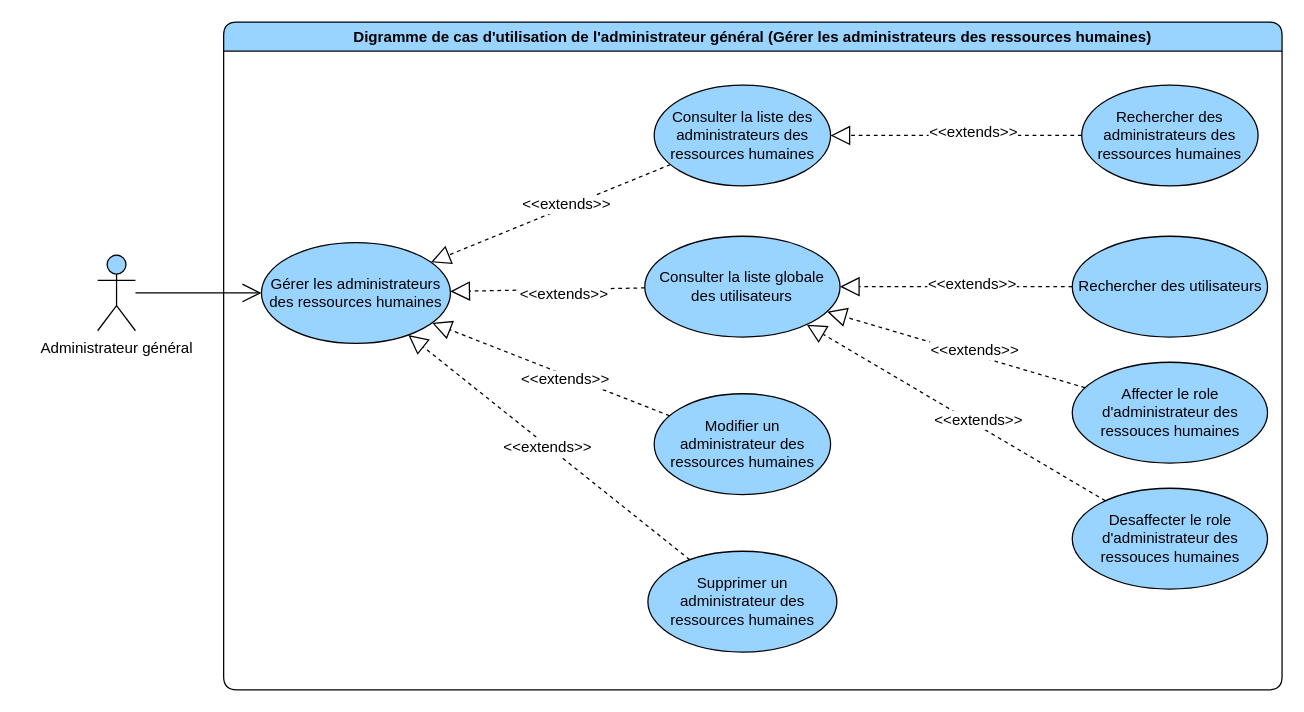
Before: page "gerer les administrateurs des ressources humaines" (4 of 6) of diagrams/use-case/administrateur-general.drawio in devlotfi/peage-pay, a draw.io diagram. Source tidied: cells renumbered, new cells numbered last; positions are measured from the earlier drawing's top-left corner, leaving out a move shared by most shapes. Both pictures are drawn from the tidied source at 126%, with x=0, y=0 at pixel (97, 21).
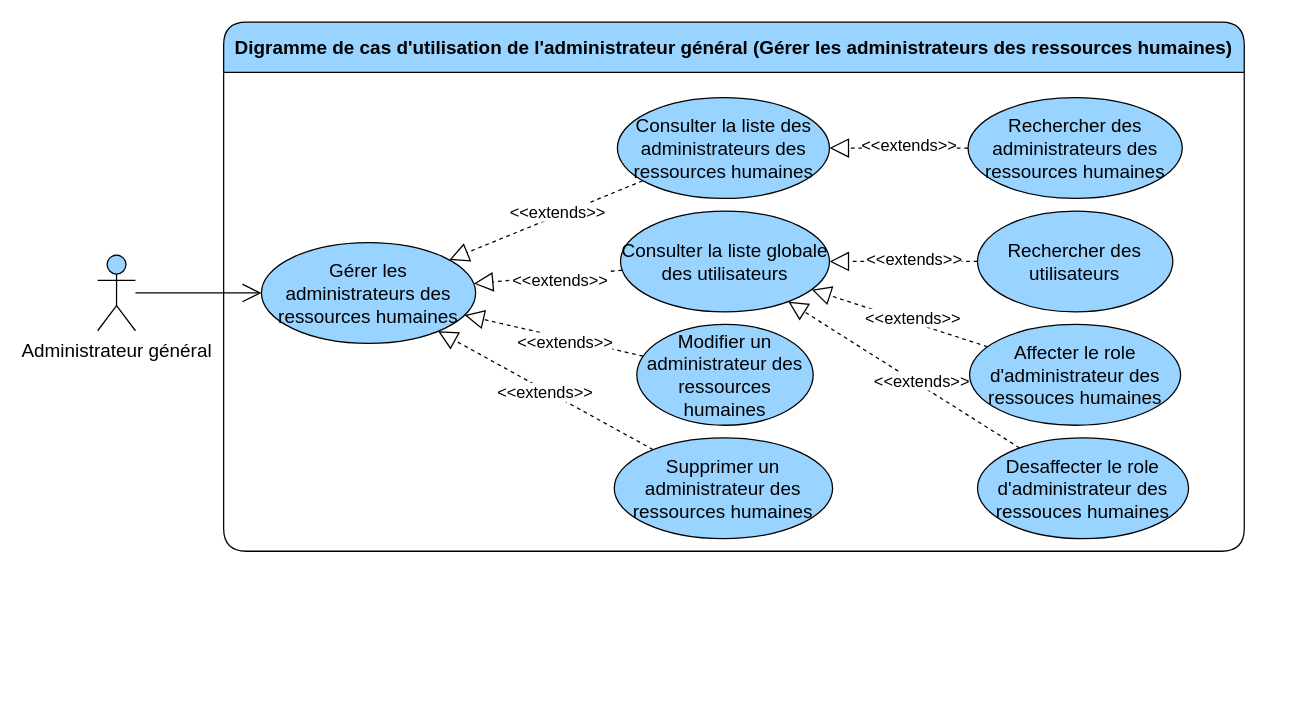
After the change.

Change to the diagram source:
```diff
@@
-    <mxCell id="2" value="Digramme de cas d'utilisation de l'administrateur général (Gérer les administrateurs des ressources humaines)" style="swimlane;whiteSpace=wrap;html=1;rounded=1;fillColor=#99D3FF;" parent="1" vertex="1">
-      <mxGeometry x="100" width="840" height="530" as="geometry" />
+    <mxCell id="2" value="Digramme de cas d'utilisation de l'administrateur général (Gérer les administrateurs des ressources humaines)" style="swimlane;whiteSpace=wrap;html=1;rounded=1;fillColor=#99D3FF;fontSize=15;startSize=40;" parent="1" vertex="1">
+      <mxGeometry x="100" width="810" height="420" as="geometry" />
     </mxCell>
-    <mxCell id="3" value="Gérer les administrateurs des ressources humaines" style="ellipse;whiteSpace=wrap;html=1;strokeColor=default;align=center;verticalAlign=middle;fontFamily=Helvetica;fontSize=12;fontColor=default;fillColor=#99D3FF;" parent="2" vertex="1">
-      <mxGeometry x="30" y="175" width="150" height="80" as="geometry" />
+    <mxCell id="3" value="Gérer les administrateurs des ressources humaines" style="ellipse;whiteSpace=wrap;html=1;strokeColor=default;align=center;verticalAlign=middle;fontFamily=Helvetica;fontSize=15;fontColor=default;fillColor=#99D3FF;" parent="2" vertex="1">
+      <mxGeometry x="30" y="175" width="170" height="80" as="geometry" />
     </mxCell>
-    <mxCell id="4" style="edgeStyle=none;rounded=0;jettySize=auto;html=1;dashed=1;strokeColor=default;align=center;verticalAlign=middle;fontFamily=Helvetica;fontSize=12;fontColor=default;labelBackgroundColor=default;startSize=6;endArrow=block;endFill=0;endSize=13;" parent="2" edge="1" source="6" target="3">
+    <mxCell id="4" style="edgeStyle=none;rounded=0;jettySize=auto;html=1;dashed=1;strokeColor=default;align=center;verticalAlign=middle;fontFamily=Helvetica;fontSize=15;fontColor=default;labelBackgroundColor=default;startSize=6;endArrow=block;endFill=0;endSize=13;" parent="2" edge="1" source="6" target="3">
       <mxGeometry relative="1" as="geometry" />
     </mxCell>
-    <mxCell id="5" value="&amp;lt;&amp;lt;extends&amp;gt;&amp;gt;" style="edgeLabel;html=1;align=center;verticalAlign=middle;strokeColor=default;fontFamily=Helvetica;fontSize=12;fontColor=default;labelBackgroundColor=default;fillColor=#99D3FF;" parent="4" vertex="1">
+    <mxCell id="5" value="&amp;lt;&amp;lt;extends&amp;gt;&amp;gt;" style="edgeLabel;html=1;align=center;verticalAlign=middle;strokeColor=default;fontFamily=Helvetica;fontSize=13;fontColor=default;labelBackgroundColor=default;fillColor=#99D3FF;" parent="4" vertex="1">
       <mxGeometry x="-0.16" y="3" relative="1" as="geometry" />
     </mxCell>
-    <mxCell id="6" value="Consulter la liste globale des utilisateurs" style="ellipse;whiteSpace=wrap;html=1;strokeColor=default;align=center;verticalAlign=middle;fontFamily=Helvetica;fontSize=12;fontColor=default;fillColor=#99D3FF;" parent="2" vertex="1">
-      <mxGeometry x="334.2" y="170" width="155" height="80" as="geometry" />
+    <mxCell id="6" value="Consulter la liste globale des utilisateurs" style="ellipse;whiteSpace=wrap;html=1;strokeColor=default;align=center;verticalAlign=middle;fontFamily=Helvetica;fontSize=15;fontColor=default;fillColor=#99D3FF;" parent="2" vertex="1">
+      <mxGeometry x="315" y="150" width="165.8" height="80" as="geometry" />
     </mxCell>
-    <mxCell id="7" style="edgeStyle=none;rounded=0;jettySize=auto;html=1;dashed=1;strokeColor=default;align=center;verticalAlign=middle;fontFamily=Helvetica;fontSize=12;fontColor=default;labelBackgroundColor=default;startSize=6;endArrow=block;endFill=0;endSize=13;" parent="2" edge="1" source="9" target="3">
+    <mxCell id="7" style="edgeStyle=none;rounded=0;jettySize=auto;html=1;dashed=1;strokeColor=default;align=center;verticalAlign=middle;fontFamily=Helvetica;fontSize=15;fontColor=default;labelBackgroundColor=default;startSize=6;endArrow=block;endFill=0;endSize=13;" parent="2" edge="1" source="9" target="3">
       <mxGeometry relative="1" as="geometry" />
     </mxCell>
-    <mxCell id="8" value="&amp;lt;&amp;lt;extends&amp;gt;&amp;gt;" style="edgeLabel;html=1;align=center;verticalAlign=middle;strokeColor=default;fontFamily=Helvetica;fontSize=12;fontColor=default;labelBackgroundColor=default;fillColor=#99D3FF;" parent="7" vertex="1">
+    <mxCell id="8" value="&amp;lt;&amp;lt;extends&amp;gt;&amp;gt;" style="edgeLabel;html=1;align=center;verticalAlign=middle;strokeColor=default;fontFamily=Helvetica;fontSize=13;fontColor=default;labelBackgroundColor=default;fillColor=#99D3FF;" parent="7" vertex="1">
       <mxGeometry x="-0.13" y="3" relative="1" as="geometry" />
     </mxCell>
-    <mxCell id="9" value="Modifier un administrateur des ressources humaines" style="ellipse;whiteSpace=wrap;html=1;strokeColor=default;align=center;verticalAlign=middle;fontFamily=Helvetica;fontSize=12;fontColor=default;fillColor=#99D3FF;" parent="2" vertex="1">
-      <mxGeometry x="341.7" y="295" width="140" height="80" as="geometry" />
+    <mxCell id="9" value="Modifier un administrateur des ressources humaines" style="ellipse;whiteSpace=wrap;html=1;strokeColor=default;align=center;verticalAlign=middle;fontFamily=Helvetica;fontSize=15;fontColor=default;fillColor=#99D3FF;" parent="2" vertex="1">
+      <mxGeometry x="327.9" y="240" width="140" height="80" as="geometry" />
     </mxCell>
-    <mxCell id="10" style="edgeStyle=none;rounded=0;jettySize=auto;html=1;dashed=1;strokeColor=default;align=center;verticalAlign=middle;fontFamily=Helvetica;fontSize=12;fontColor=default;labelBackgroundColor=default;startSize=6;endArrow=block;endFill=0;endSize=13;" parent="2" edge="1" source="12" target="3">
+    <mxCell id="10" style="edgeStyle=none;rounded=0;jettySize=auto;html=1;dashed=1;strokeColor=default;align=center;verticalAlign=middle;fontFamily=Helvetica;fontSize=15;fontColor=default;labelBackgroundColor=default;startSize=6;endArrow=block;endFill=0;endSize=13;" parent="2" edge="1" source="12" target="3">
       <mxGeometry relative="1" as="geometry" />
     </mxCell>
-    <mxCell id="11" value="&amp;lt;&amp;lt;extends&amp;gt;&amp;gt;" style="edgeLabel;html=1;align=center;verticalAlign=middle;strokeColor=default;fontFamily=Helvetica;fontSize=12;fontColor=default;labelBackgroundColor=default;fillColor=#99D3FF;" parent="10" vertex="1">
+    <mxCell id="11" value="&amp;lt;&amp;lt;extends&amp;gt;&amp;gt;" style="edgeLabel;html=1;align=center;verticalAlign=middle;strokeColor=default;fontFamily=Helvetica;fontSize=13;fontColor=default;labelBackgroundColor=default;fillColor=#99D3FF;" parent="10" vertex="1">
       <mxGeometry x="0.01" y="1" relative="1" as="geometry" />
     </mxCell>
-    <mxCell id="12" value="Supprimer un administrateur des ressources humaines" style="ellipse;whiteSpace=wrap;html=1;strokeColor=default;align=center;verticalAlign=middle;fontFamily=Helvetica;fontSize=12;fontColor=default;fillColor=#99D3FF;" parent="2" vertex="1">
-      <mxGeometry x="336.7" y="420" width="150" height="80" as="geometry" />
+    <mxCell id="12" value="Supprimer un administrateur des ressources humaines" style="ellipse;whiteSpace=wrap;html=1;strokeColor=default;align=center;verticalAlign=middle;fontFamily=Helvetica;fontSize=15;fontColor=default;fillColor=#99D3FF;" parent="2" vertex="1">
+      <mxGeometry x="310" y="330" width="173.3" height="80" as="geometry" />
     </mxCell>
-    <mxCell id="13" style="edgeStyle=none;rounded=0;jettySize=auto;html=1;dashed=1;strokeColor=default;align=center;verticalAlign=middle;fontFamily=Helvetica;fontSize=12;fontColor=default;labelBackgroundColor=default;startSize=6;endArrow=block;endFill=0;endSize=13;" parent="2" edge="1" source="15" target="3">
+    <mxCell id="13" style="edgeStyle=none;rounded=0;jettySize=auto;html=1;dashed=1;strokeColor=default;align=center;verticalAlign=middle;fontFamily=Helvetica;fontSize=15;fontColor=default;labelBackgroundColor=default;startSize=6;endArrow=block;endFill=0;endSize=13;" parent="2" edge="1" source="15" target="3">
       <mxGeometry relative="1" as="geometry" />
     </mxCell>
-    <mxCell id="14" value="&amp;lt;&amp;lt;extends&amp;gt;&amp;gt;" style="edgeLabel;html=1;align=center;verticalAlign=middle;strokeColor=default;fontFamily=Helvetica;fontSize=12;fontColor=default;labelBackgroundColor=default;fillColor=#99D3FF;" parent="13" vertex="1">
+    <mxCell id="14" value="&amp;lt;&amp;lt;extends&amp;gt;&amp;gt;" style="edgeLabel;html=1;align=center;verticalAlign=middle;strokeColor=default;fontFamily=Helvetica;fontSize=13;fontColor=default;labelBackgroundColor=default;fillColor=#99D3FF;" parent="13" vertex="1">
       <mxGeometry x="-0.12" y="-3" relative="1" as="geometry">
         <mxPoint x="1" as="offset" />
       </mxGeometry>
     </mxCell>
-    <mxCell id="15" value="Consulter la liste des administrateurs des ressources humaines" style="ellipse;whiteSpace=wrap;html=1;strokeColor=default;align=center;verticalAlign=middle;fontFamily=Helvetica;fontSize=12;fontColor=default;fillColor=#99D3FF;" parent="2" vertex="1">
-      <mxGeometry x="341.7" y="50" width="140" height="80" as="geometry" />
+    <mxCell id="15" value="Consulter la liste des administrateurs des ressources humaines" style="ellipse;whiteSpace=wrap;html=1;strokeColor=default;align=center;verticalAlign=middle;fontFamily=Helvetica;fontSize=15;fontColor=default;fillColor=#99D3FF;" parent="2" vertex="1">
+      <mxGeometry x="312.5" y="60" width="168.3" height="80" as="geometry" />
     </mxCell>
-    <mxCell id="16" value="Rechercher des administrateurs des ressources humaines" style="ellipse;whiteSpace=wrap;html=1;strokeColor=default;align=center;verticalAlign=middle;fontFamily=Helvetica;fontSize=12;fontColor=default;fillColor=#99D3FF;" parent="2" vertex="1">
-      <mxGeometry x="681" y="50" width="140" height="80" as="geometry" />
+    <mxCell id="16" value="Rechercher des administrateurs des ressources humaines" style="ellipse;whiteSpace=wrap;html=1;strokeColor=default;align=center;verticalAlign=middle;fontFamily=Helvetica;fontSize=15;fontColor=default;fillColor=#99D3FF;" parent="2" vertex="1">
+      <mxGeometry x="590.8" y="60" width="170" height="80" as="geometry" />
     </mxCell>
-    <mxCell id="17" style="edgeStyle=none;rounded=0;jettySize=auto;html=1;dashed=1;strokeColor=default;align=center;verticalAlign=middle;fontFamily=Helvetica;fontSize=12;fontColor=default;labelBackgroundColor=default;startSize=6;endArrow=block;endFill=0;endSize=13;" parent="2" edge="1" source="16" target="15">
+    <mxCell id="17" style="edgeStyle=none;rounded=0;jettySize=auto;html=1;dashed=1;strokeColor=default;align=center;verticalAlign=middle;fontFamily=Helvetica;fontSize=15;fontColor=default;labelBackgroundColor=default;startSize=6;endArrow=block;endFill=0;endSize=13;" parent="2" edge="1" source="16" target="15">
       <mxGeometry relative="1" as="geometry" />
     </mxCell>
-    <mxCell id="18" value="&amp;lt;&amp;lt;extends&amp;gt;&amp;gt;" style="edgeLabel;html=1;align=center;verticalAlign=middle;strokeColor=default;fontFamily=Helvetica;fontSize=12;fontColor=default;labelBackgroundColor=default;fillColor=#99D3FF;" parent="17" vertex="1">
+    <mxCell id="18" value="&amp;lt;&amp;lt;extends&amp;gt;&amp;gt;" style="edgeLabel;html=1;align=center;verticalAlign=middle;strokeColor=default;fontFamily=Helvetica;fontSize=13;fontColor=default;labelBackgroundColor=default;fillColor=#99D3FF;" parent="17" vertex="1">
       <mxGeometry x="-0.12" y="-3" relative="1" as="geometry">
         <mxPoint x="1" as="offset" />
       </mxGeometry>
     </mxCell>
-    <mxCell id="19" value="Rechercher des utilisateurs" style="ellipse;whiteSpace=wrap;html=1;strokeColor=default;align=center;verticalAlign=middle;fontFamily=Helvetica;fontSize=12;fontColor=default;fillColor=#99D3FF;" parent="2" vertex="1">
-      <mxGeometry x="673.5" y="170" width="155" height="80" as="geometry" />
+    <mxCell id="19" value="Rechercher des utilisateurs" style="ellipse;whiteSpace=wrap;html=1;strokeColor=default;align=center;verticalAlign=middle;fontFamily=Helvetica;fontSize=15;fontColor=default;fillColor=#99D3FF;" parent="2" vertex="1">
+      <mxGeometry x="598.3" y="150" width="155" height="80" as="geometry" />
     </mxCell>
-    <mxCell id="20" style="edgeStyle=none;rounded=0;jettySize=auto;html=1;dashed=1;strokeColor=default;align=center;verticalAlign=middle;fontFamily=Helvetica;fontSize=12;fontColor=default;labelBackgroundColor=default;startSize=6;endArrow=block;endFill=0;endSize=13;" parent="2" edge="1" source="19" target="6">
+    <mxCell id="20" style="edgeStyle=none;rounded=0;jettySize=auto;html=1;dashed=1;strokeColor=default;align=center;verticalAlign=middle;fontFamily=Helvetica;fontSize=15;fontColor=default;labelBackgroundColor=default;startSize=6;endArrow=block;endFill=0;endSize=13;" parent="2" edge="1" source="19" target="6">
       <mxGeometry relative="1" as="geometry" />
     </mxCell>
-    <mxCell id="21" value="&amp;lt;&amp;lt;extends&amp;gt;&amp;gt;" style="edgeLabel;html=1;align=center;verticalAlign=middle;strokeColor=default;fontFamily=Helvetica;fontSize=12;fontColor=default;labelBackgroundColor=default;fillColor=#99D3FF;" parent="20" vertex="1">
+    <mxCell id="21" value="&amp;lt;&amp;lt;extends&amp;gt;&amp;gt;" style="edgeLabel;html=1;align=center;verticalAlign=middle;strokeColor=default;fontFamily=Helvetica;fontSize=13;fontColor=default;labelBackgroundColor=default;fillColor=#99D3FF;" parent="20" vertex="1">
       <mxGeometry x="-0.12" y="-3" relative="1" as="geometry">
         <mxPoint x="1" as="offset" />
       </mxGeometry>
     </mxCell>
-    <mxCell id="22" value="Affecter le role d'administrateur des ressouces humaines" style="ellipse;whiteSpace=wrap;html=1;strokeColor=default;align=center;verticalAlign=middle;fontFamily=Helvetica;fontSize=12;fontColor=default;fillColor=#99D3FF;" parent="2" vertex="1">
-      <mxGeometry x="673.5" y="270" width="155" height="80" as="geometry" />
+    <mxCell id="22" value="Affecter le role d'administrateur des ressouces humaines" style="ellipse;whiteSpace=wrap;html=1;strokeColor=default;align=center;verticalAlign=middle;fontFamily=Helvetica;fontSize=15;fontColor=default;fillColor=#99D3FF;" parent="2" vertex="1">
+      <mxGeometry x="592" y="240" width="167.5" height="80" as="geometry" />
     </mxCell>
-    <mxCell id="23" style="edgeStyle=none;rounded=0;jettySize=auto;html=1;dashed=1;strokeColor=default;align=center;verticalAlign=middle;fontFamily=Helvetica;fontSize=12;fontColor=default;labelBackgroundColor=default;startSize=6;endArrow=block;endFill=0;endSize=13;" parent="2" edge="1" source="22" target="6">
+    <mxCell id="23" style="edgeStyle=none;rounded=0;jettySize=auto;html=1;dashed=1;strokeColor=default;align=center;verticalAlign=middle;fontFamily=Helvetica;fontSize=15;fontColor=default;labelBackgroundColor=default;startSize=6;endArrow=block;endFill=0;endSize=13;" parent="2" edge="1" source="22" target="6">
       <mxGeometry relative="1" as="geometry" />
     </mxCell>
-    <mxCell id="24" value="&amp;lt;&amp;lt;extends&amp;gt;&amp;gt;" style="edgeLabel;html=1;align=center;verticalAlign=middle;strokeColor=default;fontFamily=Helvetica;fontSize=12;fontColor=default;labelBackgroundColor=default;fillColor=#99D3FF;" parent="23" vertex="1">
+    <mxCell id="24" value="&amp;lt;&amp;lt;extends&amp;gt;&amp;gt;" style="edgeLabel;html=1;align=center;verticalAlign=middle;strokeColor=default;fontFamily=Helvetica;fontSize=13;fontColor=default;labelBackgroundColor=default;fillColor=#99D3FF;" parent="23" vertex="1">
       <mxGeometry x="-0.12" y="-3" relative="1" as="geometry">
         <mxPoint x="1" as="offset" />
       </mxGeometry>
     </mxCell>
-    <mxCell id="25" value="Desaffecter le role d'administrateur des ressouces humaines" style="ellipse;whiteSpace=wrap;html=1;strokeColor=default;align=center;verticalAlign=middle;fontFamily=Helvetica;fontSize=12;fontColor=default;fillColor=#99D3FF;" parent="2" vertex="1">
-      <mxGeometry x="673.5" y="370" width="155" height="80" as="geometry" />
+    <mxCell id="25" value="Desaffecter le role d'administrateur des ressouces humaines" style="ellipse;whiteSpace=wrap;html=1;strokeColor=default;align=center;verticalAlign=middle;fontFamily=Helvetica;fontSize=15;fontColor=default;fillColor=#99D3FF;" parent="2" vertex="1">
+      <mxGeometry x="598.3" y="330" width="167.5" height="80" as="geometry" />
     </mxCell>
-    <mxCell id="26" style="edgeStyle=none;rounded=0;jettySize=auto;html=1;dashed=1;strokeColor=default;align=center;verticalAlign=middle;fontFamily=Helvetica;fontSize=12;fontColor=default;labelBackgroundColor=default;startSize=6;endArrow=block;endFill=0;endSize=13;" parent="2" edge="1" source="25" target="6">
+    <mxCell id="26" style="edgeStyle=none;rounded=0;jettySize=auto;html=1;dashed=1;strokeColor=default;align=center;verticalAlign=middle;fontFamily=Helvetica;fontSize=15;fontColor=default;labelBackgroundColor=default;startSize=6;endArrow=block;endFill=0;endSize=13;" parent="2" edge="1" source="25" target="6">
       <mxGeometry relative="1" as="geometry" />
     </mxCell>
-    <mxCell id="27" value="&amp;lt;&amp;lt;extends&amp;gt;&amp;gt;" style="edgeLabel;html=1;align=center;verticalAlign=middle;strokeColor=default;fontFamily=Helvetica;fontSize=12;fontColor=default;labelBackgroundColor=default;fillColor=#99D3FF;" parent="26" vertex="1">
+    <mxCell id="27" value="&amp;lt;&amp;lt;extends&amp;gt;&amp;gt;" style="edgeLabel;html=1;align=center;verticalAlign=middle;strokeColor=default;fontFamily=Helvetica;fontSize=13;fontColor=default;labelBackgroundColor=default;fillColor=#99D3FF;" parent="26" vertex="1">
       <mxGeometry x="-0.12" y="-3" relative="1" as="geometry">
         <mxPoint x="1" as="offset" />
       </mxGeometry>
     </mxCell>
-    <mxCell id="28" style="rounded=0;jettySize=auto;html=1;fontFamily=Helvetica;fontSize=12;fontColor=default;endArrow=open;endFill=0;startSize=6;endSize=13;" parent="1" edge="1" source="29" target="3">
+    <mxCell id="28" style="rounded=0;jettySize=auto;html=1;fontFamily=Helvetica;fontSize=15;fontColor=default;endArrow=open;endFill=0;startSize=6;endSize=13;" parent="1" edge="1" source="29" target="3">
       <mxGeometry relative="1" as="geometry" />
     </mxCell>
-    <mxCell id="29" value="Administrateur général" style="shape=umlActor;verticalLabelPosition=bottom;verticalAlign=top;html=1;outlineConnect=0;strokeColor=default;align=center;fontFamily=Helvetica;fontSize=12;fontColor=default;fillColor=#99D3FF;" parent="1" vertex="1">
+    <mxCell id="29" value="Administrateur général" style="shape=umlActor;verticalLabelPosition=bottom;verticalAlign=top;html=1;outlineConnect=0;strokeColor=default;align=center;fontFamily=Helvetica;fontSize=15;fontColor=default;fillColor=#99D3FF;" parent="1" vertex="1">
       <mxGeometry y="185" width="30" height="60" as="geometry" />
     </mxCell>
```
